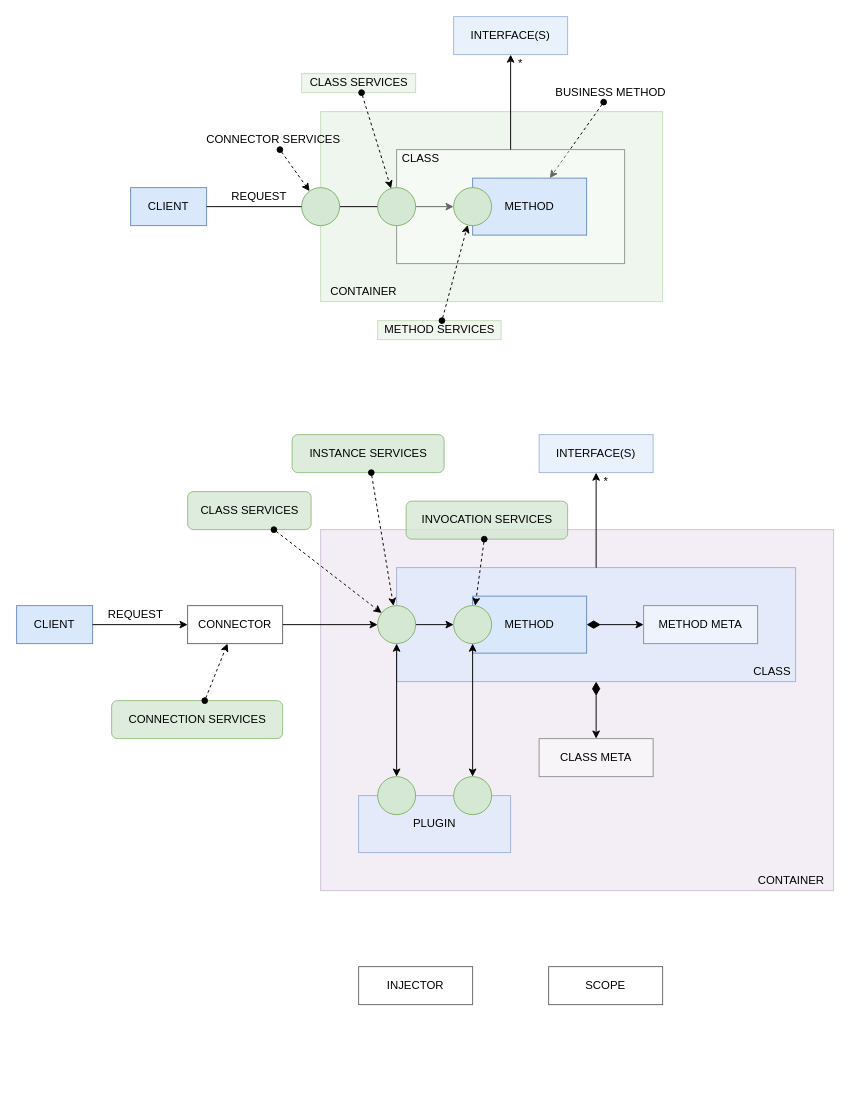
js-lib-com/tiny-container keeps this draw.io diagram as page "Container Services" (1 of 13) of docs/container.drawio. Above is the earlier version. Source tidied: cells renumbered, new cells numbered last; positions are measured from the earlier drawing's top-left corner, leaving out a move shared by most shapes. Both pictures are drawn from the tidied source at 95%, with x=0, y=0 at pixel (16, 16).
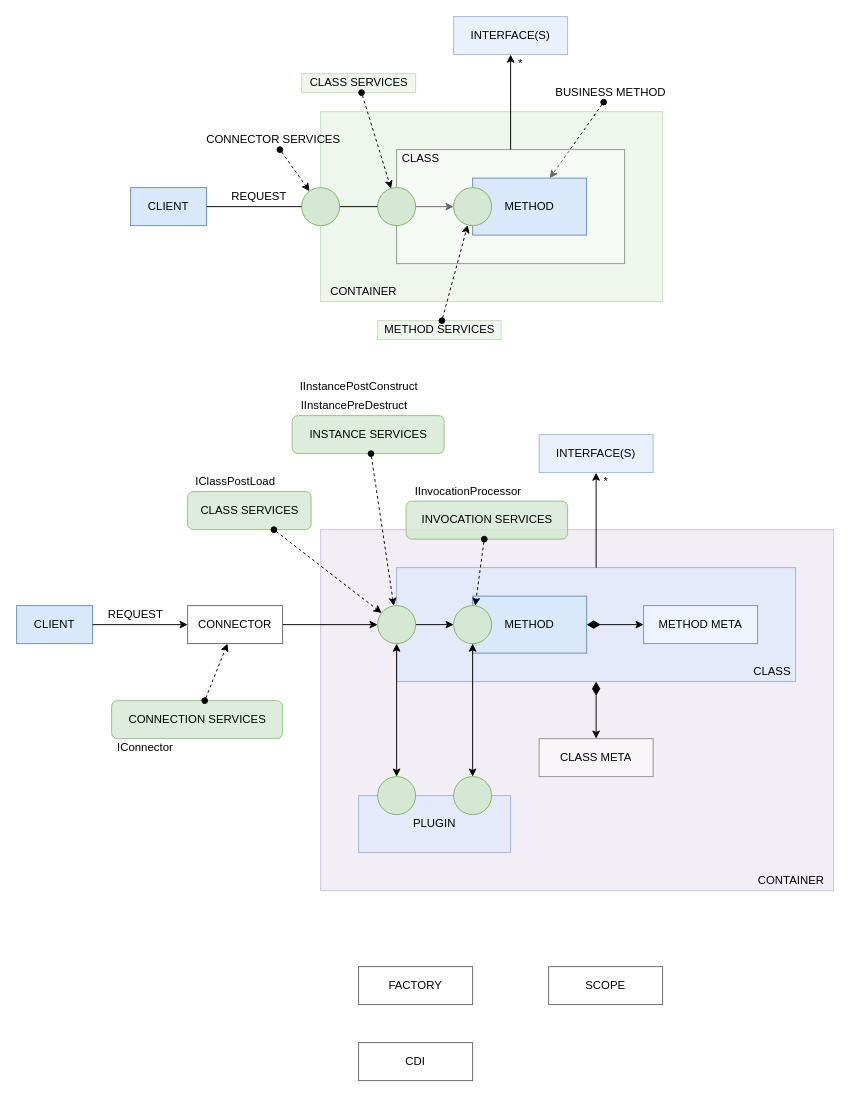
After the change.

What changed in the source:
```diff
@@
-    <mxCell id="47" value="INJECTOR" style="rounded=0;whiteSpace=wrap;html=1;verticalAlign=middle;opacity=60;" parent="1" vertex="1">
+    <mxCell id="47" value="FACTORY" style="rounded=0;whiteSpace=wrap;html=1;verticalAlign=middle;opacity=60;" parent="1" vertex="1">
       <mxGeometry x="360" y="1000" width="120" height="40" as="geometry" />
     </mxCell>
@@
     <mxCell id="56" value="INSTANCE SERVICES" style="text;html=1;align=center;verticalAlign=middle;points=[];strokeColor=#82b366;fillColor=#d5e8d4;rounded=1;spacing=8;opacity=80;" parent="1" vertex="1">
-      <mxGeometry x="290" y="440" width="160" height="40" as="geometry" />
+      <mxGeometry x="290" y="420" width="160" height="40" as="geometry" />
     </mxCell>
@@
+    <mxCell id="60" value="IClassPostLoad" style="text;html=1;align=center;verticalAlign=middle;strokeColor=none;fillColor=none;" parent="1" vertex="1">
+      <mxGeometry x="180" y="480" width="100" height="20" as="geometry" />
+    </mxCell>
+    <mxCell id="61" value="IInstancePostConstruct" style="text;html=1;align=center;verticalAlign=middle;strokeColor=none;fillColor=none;" parent="1" vertex="1">
+      <mxGeometry x="290" y="380" width="140" height="20" as="geometry" />
+    </mxCell>
+    <mxCell id="62" value="&lt;span style=&quot;font-style: normal&quot;&gt;IInstancePreDestruct&lt;/span&gt;" style="text;html=1;align=center;verticalAlign=middle;strokeColor=none;fillColor=none;fontStyle=2;" parent="1" vertex="1">
+      <mxGeometry x="290" y="400" width="130" height="20" as="geometry" />
+    </mxCell>
+    <mxCell id="63" value="IInvocationProcessor" style="text;html=1;align=center;verticalAlign=middle;strokeColor=none;fillColor=none;" parent="1" vertex="1">
+      <mxGeometry x="410" y="490" width="130" height="20" as="geometry" />
+    </mxCell>
+    <mxCell id="64" value="IConnector" style="text;html=1;align=center;verticalAlign=middle;strokeColor=none;fillColor=none;" parent="1" vertex="1">
+      <mxGeometry x="100" y="760" width="70" height="20" as="geometry" />
+    </mxCell>
+    <mxCell id="65" value="CDI" style="rounded=0;whiteSpace=wrap;html=1;verticalAlign=middle;opacity=60;" parent="1" vertex="1">
+      <mxGeometry x="360" y="1080" width="120" height="40" as="geometry" />
+    </mxCell>
```
